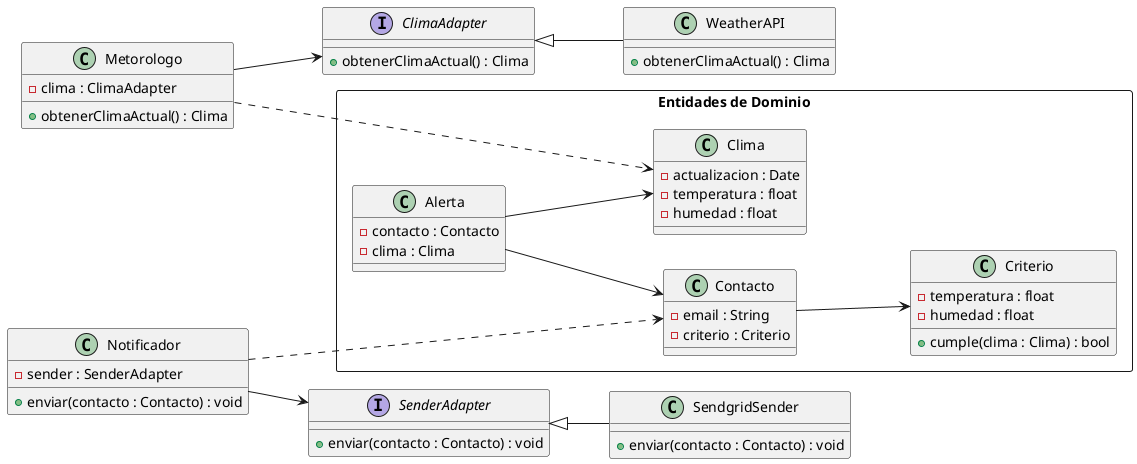
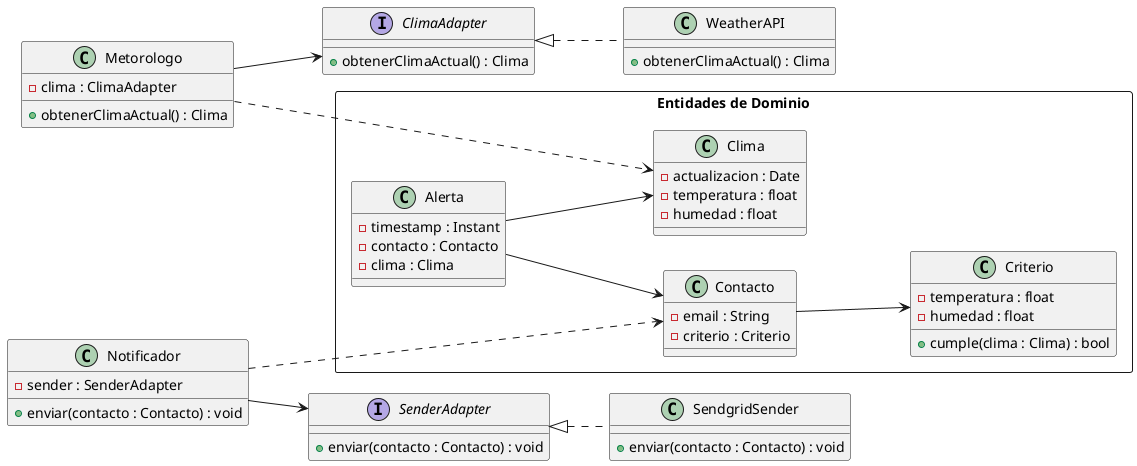
@startuml

left to right direction

rectangle "Entidades de Dominio" {
    class Contacto
    {
        - email : String
        - criterio : Criterio
    }

    Contacto --> Criterio

    class Criterio
    {
        - temperatura : float
        - humedad : float
        + cumple(clima : Clima) : bool
    }


    class Alerta
    {
+         - timestamp : Instant
        - contacto : Contacto
        - clima : Clima
    }

    Alerta --> Clima
    Alerta --> Contacto

    class Clima
    {
        - actualizacion : Date
        - temperatura : float
        - humedad : float
    }

}
- class WeatherAPI extends ClimaAdapter
+ class WeatherAPI implements ClimaAdapter
{
    + obtenerClimaActual() : Clima
}

interface ClimaAdapter
{
    + obtenerClimaActual() : Clima
}

class Metorologo
{
    - clima : ClimaAdapter
    + obtenerClimaActual() : Clima
}
Metorologo ...> Clima
Metorologo --> ClimaAdapter

Notificador ...> Contacto

class Notificador
{
    - sender : SenderAdapter
    + enviar(contacto : Contacto) : void
}

Notificador --> SenderAdapter

interface SenderAdapter
{
    + enviar(contacto : Contacto) : void
}

- class SendgridSender extends SenderAdapter
+ class SendgridSender implements SenderAdapter
{
    + enviar(contacto : Contacto) : void
}

@enduml